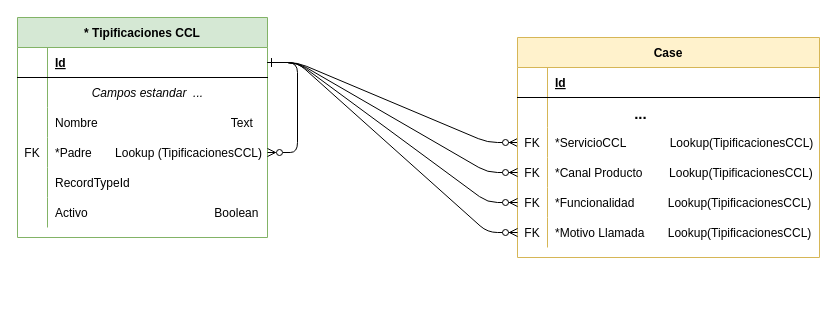
Earlier version of the draw.io diagram MER Tipificaciones.drawio (nonate/personalProject). Source tidied: cells renumbered, new cells numbered last; positions are measured from the earlier drawing's top-left corner, leaving out a move shared by most shapes. Both pictures are drawn from the tidied source at 100%, with x=0, y=0 at pixel (-103, 17).
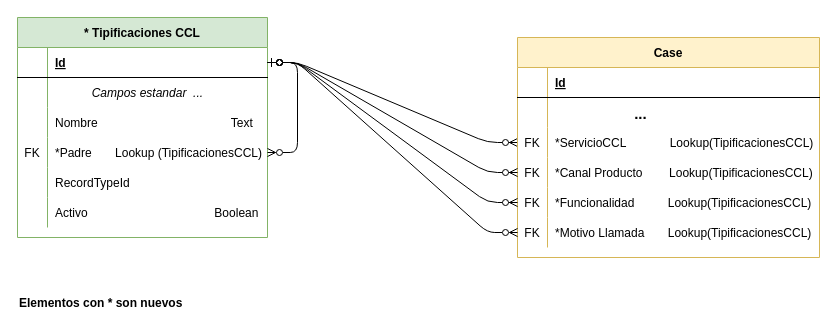
Above is the later version.

Unchanged cells that the change refers to:
```xml
<mxCell id="10" style="shape=partialRectangle;fillColor=none;points=[[0,0.5],[1,0.5]];portConstraint=eastwest;top=0;left=0;right=0;bottom=0;" parent="3" vertex="1">
  <mxGeometry y="90" width="302" height="30" as="geometry" />
</mxCell>
<mxCell id="13" style="shape=partialRectangle;fillColor=none;points=[[0,0.5],[1,0.5]];portConstraint=eastwest;top=0;left=0;right=0;bottom=0;" parent="3" vertex="1">
  <mxGeometry y="120" width="302" height="30" as="geometry" />
</mxCell>
<mxCell id="16" style="shape=partialRectangle;fillColor=none;points=[[0,0.5],[1,0.5]];portConstraint=eastwest;top=0;left=0;right=0;bottom=0;" parent="3" vertex="1">
  <mxGeometry y="150" width="302" height="30" as="geometry" />
</mxCell>
<mxCell id="19" style="shape=partialRectangle;fillColor=none;points=[[0,0.5],[1,0.5]];portConstraint=eastwest;top=0;left=0;right=0;bottom=0;" parent="3" vertex="1">
  <mxGeometry y="180" width="302" height="30" as="geometry" />
</mxCell>
<mxCell id="22" value="* Tipificaciones CCL" style="shape=table;startSize=30;childLayout=tableLayout;rowLines=0;fontStyle=1;align=center;fillColor=#d5e8d4;strokeColor=#82b366;" parent="1" vertex="1">
  <mxGeometry x="120" width="250" height="220" as="geometry" />
</mxCell>
<mxCell id="23" style="shape=partialRectangle;fillColor=none;points=[[0,0.5],[1,0.5]];portConstraint=eastwest;top=0;left=0;right=0;bottom=1;" parent="22" vertex="1">
  <mxGeometry y="30" width="250" height="30" as="geometry" />
</mxCell>
<mxCell id="32" style="shape=partialRectangle;fillColor=none;points=[[0,0.5],[1,0.5]];portConstraint=eastwest;top=0;left=0;right=0;bottom=0;" parent="22" vertex="1">
  <mxGeometry y="120" width="250" height="30" as="geometry" />
</mxCell>
```

The edit, as a diff of the source:
```diff
@@
-    <mxCell id="2" style="edgeStyle=entityRelationEdgeStyle;endArrow=ERzeroToMany;startArrow=ERone;endFill=1;startFill=0;entryX=0;entryY=0.5;entryDx=0;entryDy=0;" parent="1" edge="1" source="23" target="10">
+    <mxCell id="2" style="edgeStyle=entityRelationEdgeStyle;endArrow=ERzeroToMany;startArrow=ERzeroToOne;endFill=1;startFill=0;entryX=0;entryY=0.5;entryDx=0;entryDy=0;" parent="1" edge="1" source="23" target="10">
       <mxGeometry relative="1" as="geometry" />
     </mxCell>
@@
-    <mxCell id="41" style="edgeStyle=entityRelationEdgeStyle;endArrow=ERzeroToMany;startArrow=ERone;endFill=0;startFill=0;exitX=1;exitY=0.5;exitDx=0;exitDy=0;entryX=1;entryY=0.5;entryDx=0;entryDy=0;" parent="22" edge="1" source="23" target="32">
+    <mxCell id="41" style="edgeStyle=entityRelationEdgeStyle;endArrow=ERzeroToMany;startArrow=ERzeroToOne;endFill=0;startFill=0;exitX=1;exitY=0.5;exitDx=0;exitDy=0;entryX=1;entryY=0.5;entryDx=0;entryDy=0;" parent="22" edge="1" source="23" target="32">
       <mxGeometry relative="1" as="geometry">
         <Array as="points">
           <mxPoint x="60" y="510" />
           <mxPoint x="270" y="590" />
           <mxPoint x="370" y="238" />
           <mxPoint x="180" y="500" />
           <mxPoint x="350" y="220" />
           <mxPoint x="-120" y="500" />
           <mxPoint x="170" y="500" />
           <mxPoint x="170" y="540" />
           <mxPoint x="-80" y="420" />
         </Array>
       </mxGeometry>
     </mxCell>
-    <mxCell id="42" style="edgeStyle=entityRelationEdgeStyle;endArrow=ERzeroToMany;startArrow=ERone;endFill=1;startFill=0;entryX=0;entryY=0.5;entryDx=0;entryDy=0;exitX=1;exitY=0.5;exitDx=0;exitDy=0;" parent="1" edge="1" source="23" target="13">
+    <mxCell id="42" style="edgeStyle=entityRelationEdgeStyle;endArrow=ERzeroToMany;startArrow=ERzeroToOne;endFill=1;startFill=0;entryX=0;entryY=0.5;entryDx=0;entryDy=0;exitX=1;exitY=0.5;exitDx=0;exitDy=0;" parent="1" edge="1" source="23" target="13">
       <mxGeometry relative="1" as="geometry" />
     </mxCell>
-    <mxCell id="43" style="edgeStyle=entityRelationEdgeStyle;endArrow=ERzeroToMany;startArrow=ERone;endFill=1;startFill=0;entryX=0;entryY=0.5;entryDx=0;entryDy=0;exitX=1;exitY=0.5;exitDx=0;exitDy=0;" parent="1" edge="1" source="23" target="16">
+    <mxCell id="43" style="edgeStyle=entityRelationEdgeStyle;endArrow=ERzeroToMany;startArrow=ERzeroToOne;endFill=1;startFill=0;entryX=0;entryY=0.5;entryDx=0;entryDy=0;exitX=1;exitY=0.5;exitDx=0;exitDy=0;" parent="1" edge="1" source="23" target="16">
       <mxGeometry relative="1" as="geometry" />
     </mxCell>
-    <mxCell id="44" style="edgeStyle=entityRelationEdgeStyle;endArrow=ERzeroToMany;startArrow=ERone;endFill=1;startFill=0;entryX=0;entryY=0.5;entryDx=0;entryDy=0;exitX=1;exitY=0.5;exitDx=0;exitDy=0;" parent="1" edge="1" source="23" target="19">
+    <mxCell id="44" style="edgeStyle=entityRelationEdgeStyle;endArrow=ERzeroToMany;startArrow=ERzeroToOne;endFill=0;startFill=0;entryX=0;entryY=0.5;entryDx=0;entryDy=0;exitX=1;exitY=0.5;exitDx=0;exitDy=0;" parent="1" edge="1" source="23" target="19">
       <mxGeometry relative="1" as="geometry" />
     </mxCell>
+    <mxCell id="45" value="&lt;b&gt;Elementos con * son nuevos&lt;/b&gt;" style="text;html=1;strokeColor=none;fillColor=none;align=left;verticalAlign=middle;whiteSpace=wrap;rounded=0;" parent="1" vertex="1">
+      <mxGeometry x="120" y="271" width="247" height="30" as="geometry" />
+    </mxCell>
```
